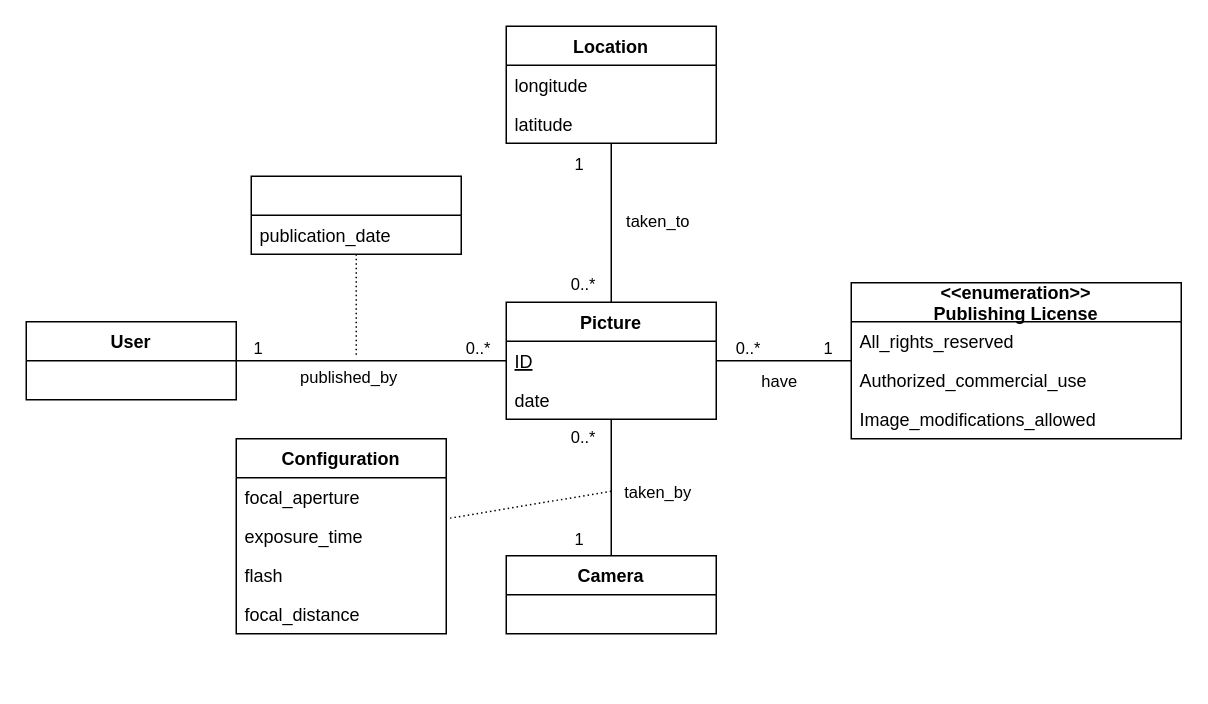
This is HMIN122M - Entrepôts de Données et Big-Data/Rappels Modèle Relationnel - UML - Optimisation/Picture.drawio from lamouchiambre/AIGLE-M1-S1, a draw.io file, before an edit. Source tidied: cells renumbered, new cells numbered last; positions are measured from the earlier drawing's top-left corner, leaving out a move shared by most shapes. Both pictures are drawn from the tidied source at 150%, with x=0, y=0 at pixel (26, 26).
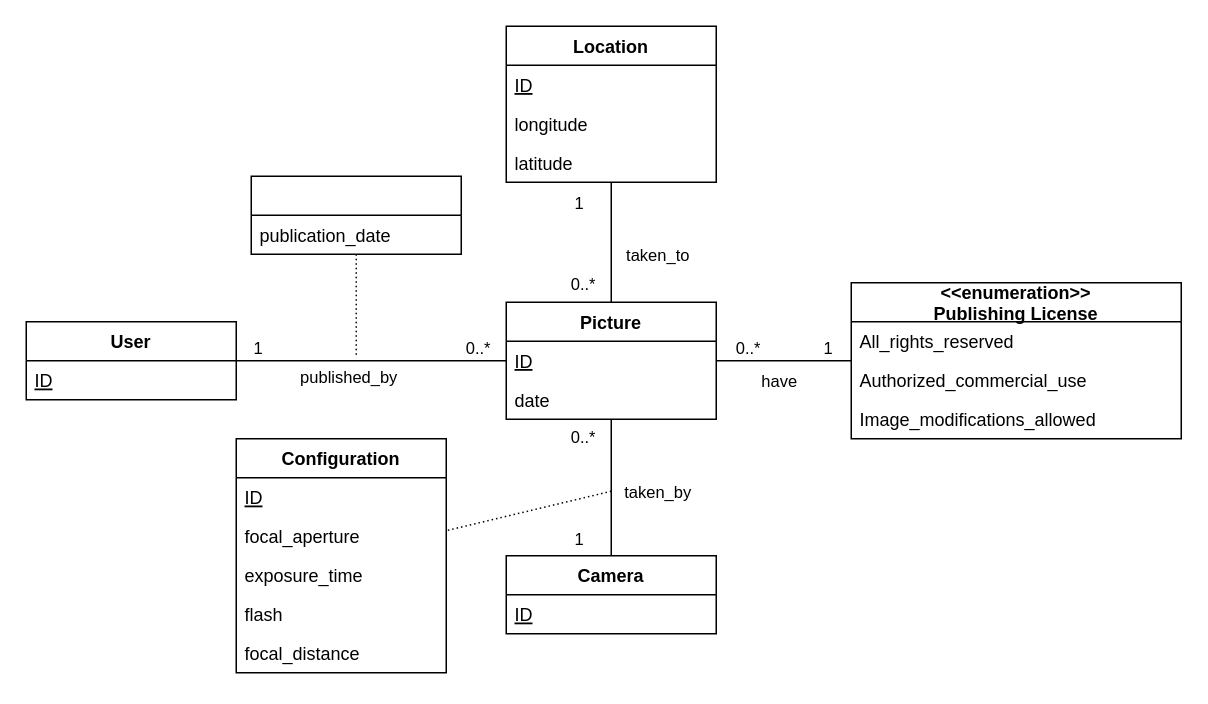
After the change.

Unchanged cells that the change refers to:
```xml
<mxCell id="29" value="User" style="swimlane;fontStyle=1;horizontal=1;startSize=26;fillColor=none;" parent="1" vertex="1">
  <mxGeometry y="197" width="140" height="52" as="geometry" />
</mxCell>
<mxCell id="35" value="Camera" style="swimlane;fontStyle=1;horizontal=1;startSize=26;fillColor=none;" parent="1" vertex="1">
  <mxGeometry x="320" y="353" width="140" height="52" as="geometry" />
</mxCell>
```

The edit, as a diff of the source:
```diff
@@
     <mxCell id="26" value="Location" style="swimlane;fontStyle=1;horizontal=1;startSize=26;fillColor=none;" parent="1" vertex="1">
-      <mxGeometry x="320" width="140" height="78" as="geometry" />
+      <mxGeometry x="320" width="140" height="104" as="geometry" />
     </mxCell>
+    <mxCell id="40" value="ID" style="text;strokeColor=none;fillColor=none;align=left;verticalAlign=top;spacingLeft=4;spacingRight=4;overflow=hidden;fontStyle=4;" parent="26" vertex="1">
+      <mxGeometry y="26" width="140" height="26" as="geometry" />
+    </mxCell>
     <mxCell id="27" value="longitude" style="text;strokeColor=none;fillColor=none;align=left;verticalAlign=top;spacingLeft=4;spacingRight=4;overflow=hidden;" parent="26" vertex="1">
-      <mxGeometry y="26" width="140" height="26" as="geometry" />
+      <mxGeometry y="52" width="140" height="26" as="geometry" />
     </mxCell>
     <mxCell id="28" value="latitude" style="text;strokeColor=none;fillColor=none;align=left;verticalAlign=top;spacingLeft=4;spacingRight=4;overflow=hidden;" parent="26" vertex="1">
-      <mxGeometry y="52" width="140" height="26" as="geometry" />
+      <mxGeometry y="78" width="140" height="26" as="geometry" />
     </mxCell>
@@
+    <mxCell id="41" value="ID" style="text;strokeColor=none;fillColor=none;align=left;verticalAlign=top;spacingLeft=4;spacingRight=4;overflow=hidden;fontStyle=4;" parent="29" vertex="1">
+      <mxGeometry y="26" width="140" height="26" as="geometry" />
+    </mxCell>
     <mxCell id="30" value="Configuration" style="swimlane;fontStyle=1;horizontal=1;startSize=26;fillColor=none;" parent="1" vertex="1">
-      <mxGeometry x="140" y="275" width="140" height="130" as="geometry" />
+      <mxGeometry x="140" y="275" width="140" height="156" as="geometry" />
     </mxCell>
+    <mxCell id="42" value="ID" style="text;strokeColor=none;fillColor=none;align=left;verticalAlign=top;spacingLeft=4;spacingRight=4;overflow=hidden;fontStyle=4;" parent="30" vertex="1">
+      <mxGeometry y="26" width="140" height="26" as="geometry" />
+    </mxCell>
     <mxCell id="31" value="focal_aperture" style="text;strokeColor=none;fillColor=none;align=left;verticalAlign=top;spacingLeft=4;spacingRight=4;overflow=hidden;" parent="30" vertex="1">
-      <mxGeometry y="26" width="140" height="26" as="geometry" />
+      <mxGeometry y="52" width="140" height="26" as="geometry" />
     </mxCell>
     <mxCell id="32" value="exposure_time" style="text;strokeColor=none;fillColor=none;align=left;verticalAlign=top;spacingLeft=4;spacingRight=4;overflow=hidden;" parent="30" vertex="1">
-      <mxGeometry y="52" width="140" height="26" as="geometry" />
+      <mxGeometry y="78" width="140" height="26" as="geometry" />
     </mxCell>
     <mxCell id="33" value="flash" style="text;strokeColor=none;fillColor=none;align=left;verticalAlign=top;spacingLeft=4;spacingRight=4;overflow=hidden;" parent="30" vertex="1">
-      <mxGeometry y="78" width="140" height="26" as="geometry" />
+      <mxGeometry y="104" width="140" height="26" as="geometry" />
     </mxCell>
     <mxCell id="34" value="focal_distance" style="text;strokeColor=none;fillColor=none;align=left;verticalAlign=top;spacingLeft=4;spacingRight=4;overflow=hidden;" parent="30" vertex="1">
-      <mxGeometry y="104" width="140" height="26" as="geometry" />
+      <mxGeometry y="130" width="140" height="26" as="geometry" />
     </mxCell>
@@
+    <mxCell id="43" value="ID" style="text;strokeColor=none;fillColor=none;align=left;verticalAlign=top;spacingLeft=4;spacingRight=4;overflow=hidden;fontStyle=4;" parent="35" vertex="1">
+      <mxGeometry y="26" width="140" height="26" as="geometry" />
+    </mxCell>
```
